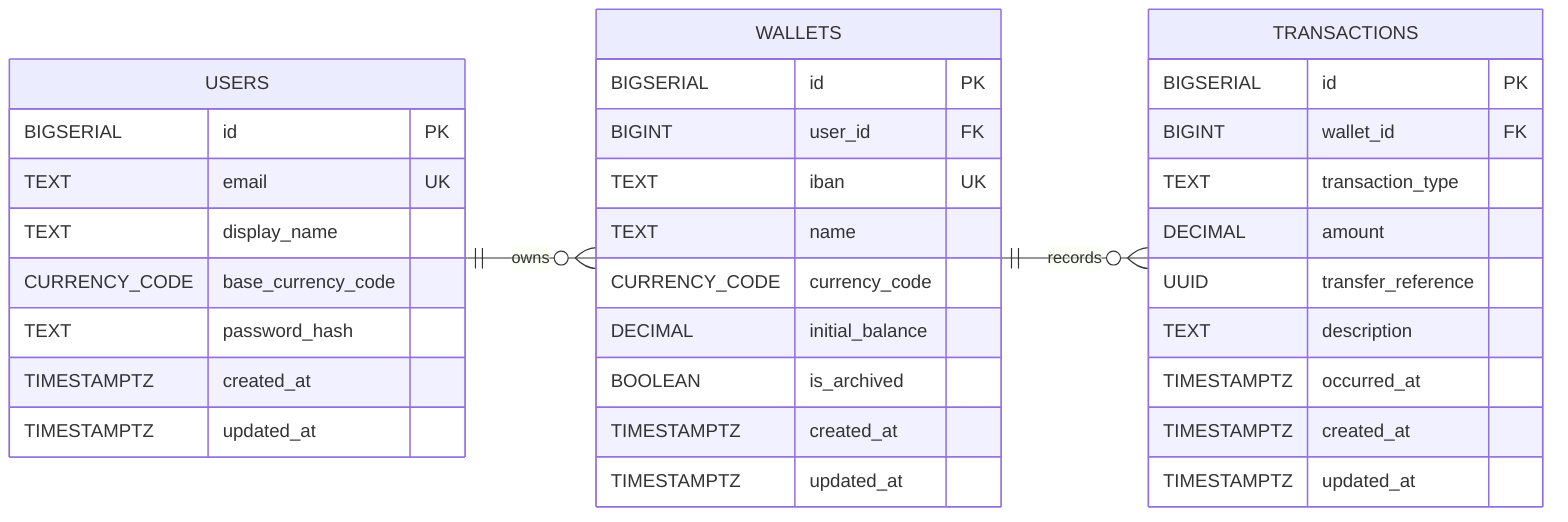
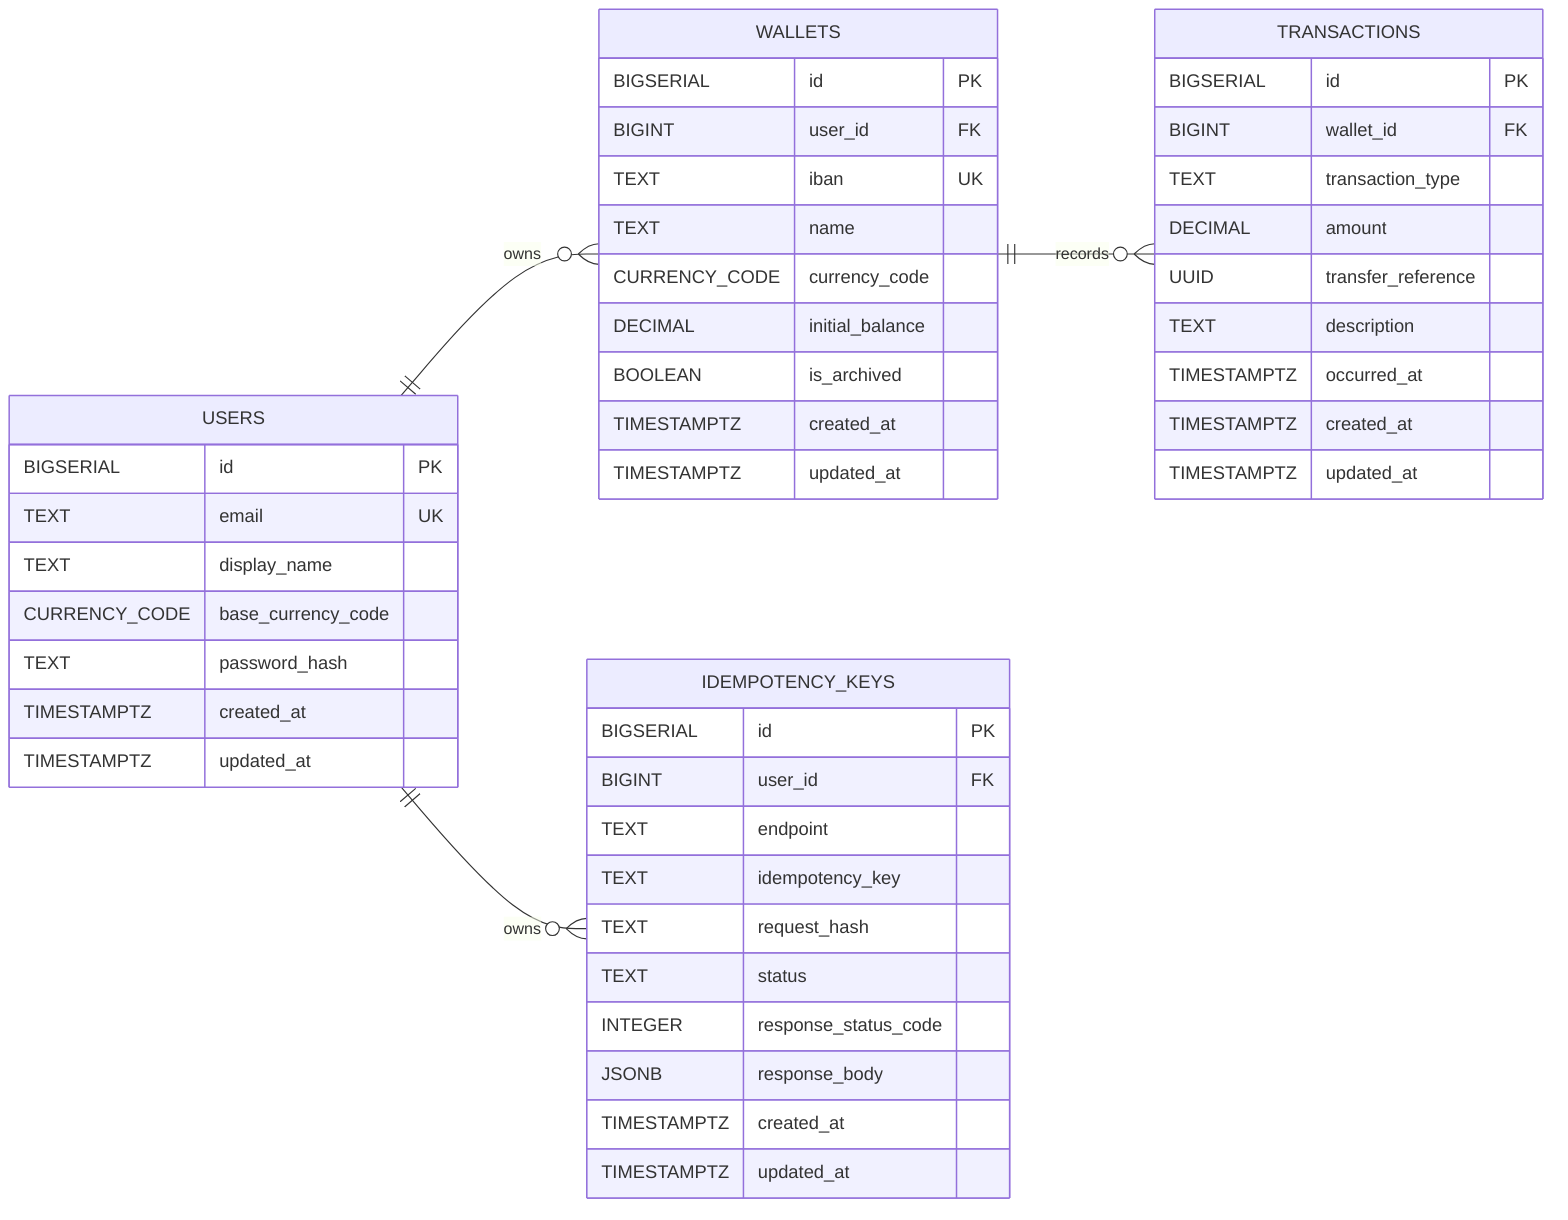
erDiagram
    direction LR
    USERS ||--o{ WALLETS : owns
+     USERS ||--o{ IDEMPOTENCY_KEYS : owns
    WALLETS ||--o{ TRANSACTIONS : records

    USERS {
        BIGSERIAL id PK
        TEXT email UK
        TEXT display_name
        CURRENCY_CODE base_currency_code
        TEXT password_hash
        TIMESTAMPTZ created_at
        TIMESTAMPTZ updated_at
    }

    WALLETS {
        BIGSERIAL id PK
        BIGINT user_id FK
        TEXT iban UK
        TEXT name
        CURRENCY_CODE currency_code
        DECIMAL initial_balance
        BOOLEAN is_archived
        TIMESTAMPTZ created_at
        TIMESTAMPTZ updated_at
    }

    TRANSACTIONS {
        BIGSERIAL id PK
        BIGINT wallet_id FK
        TEXT transaction_type
        DECIMAL amount
        UUID transfer_reference
        TEXT description
        TIMESTAMPTZ occurred_at
        TIMESTAMPTZ created_at
        TIMESTAMPTZ updated_at
    }
+ 
+     IDEMPOTENCY_KEYS {
+         BIGSERIAL id PK
+         BIGINT user_id FK
+         TEXT endpoint
+         TEXT idempotency_key
+         TEXT request_hash
+         TEXT status
+         INTEGER response_status_code
+         JSONB response_body
+         TIMESTAMPTZ created_at
+         TIMESTAMPTZ updated_at
+     }
